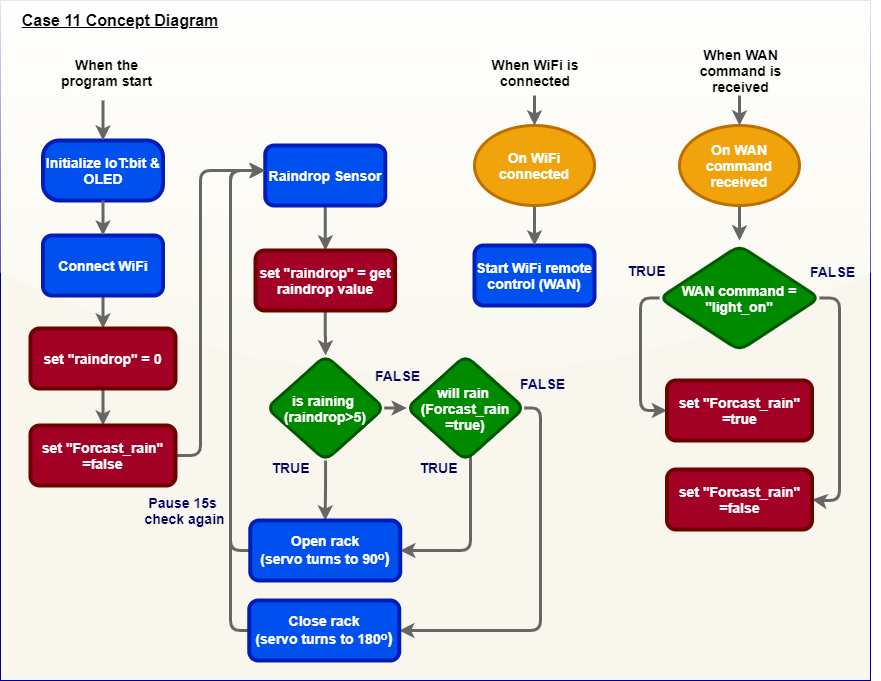
Above: docs/_build/html/_images/Concept-diagram-Case11.png in SMARTHON/smarthon-docs-zh_TW (draw.io), before the change. Source tidied: cells renumbered, new cells last; positions are measured from the earlier drawing's top-left corner, leaving out a move shared by most shapes.
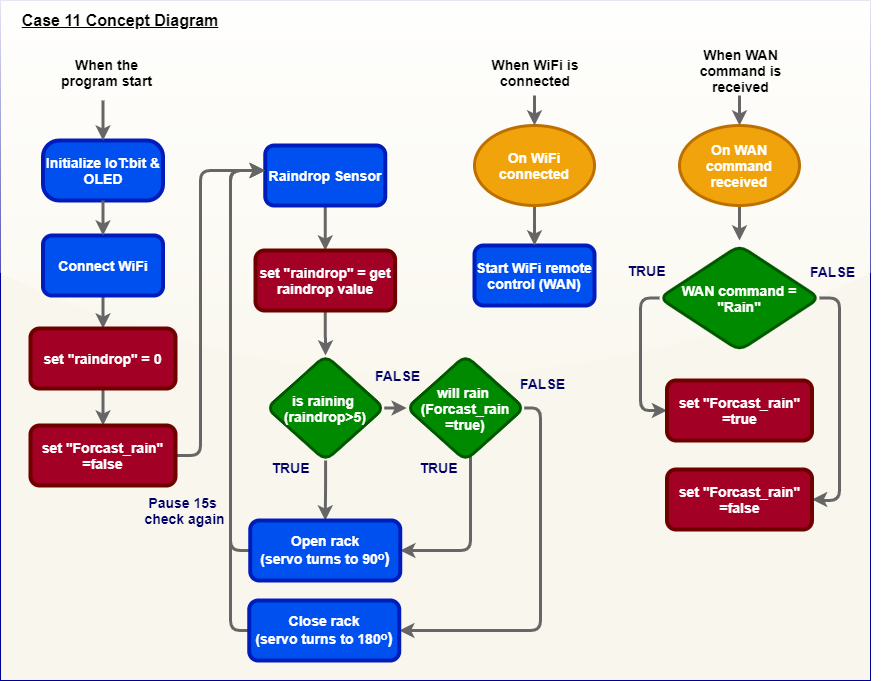
After the commit.

Change to the diagram source:
```diff
@@ -43,7 +43,7 @@
         </Array>
       </mxGeometry>
     </mxCell>
-    <mxCell id="12" value="&lt;font style=&quot;font-size: 14px&quot;&gt;&lt;b&gt;WAN command = &quot;light_on&quot;&lt;br&gt;&lt;/b&gt;&lt;/font&gt;" style="rhombus;whiteSpace=wrap;html=1;rounded=1;labelBackgroundColor=none;strokeWidth=3;fillColor=#008a00;strokeColor=#005700;fontColor=#ffffff;" parent="1" vertex="1">
+    <mxCell id="12" value="&lt;font style=&quot;font-size: 14px&quot;&gt;&lt;b&gt;WAN command = &quot;Rain&quot;&lt;br&gt;&lt;/b&gt;&lt;/font&gt;" style="rhombus;whiteSpace=wrap;html=1;rounded=1;labelBackgroundColor=none;strokeWidth=3;fillColor=#008a00;strokeColor=#005700;fontColor=#ffffff;" parent="1" vertex="1">
       <mxGeometry x="659" y="245" width="160" height="105" as="geometry" />
     </mxCell>
     <mxCell id="13" value="&lt;font color=&quot;#ffffff&quot; face=&quot;helvetica&quot;&gt;&lt;span style=&quot;font-size: 14px&quot;&gt;&lt;b&gt;Start WiFi remote control (WAN)&lt;/b&gt;&lt;/span&gt;&lt;/font&gt;" style="rounded=1;whiteSpace=wrap;html=1;strokeWidth=4;strokeColor=#001DBC;fillColor=#0050EF;" parent="1" vertex="1">
```
